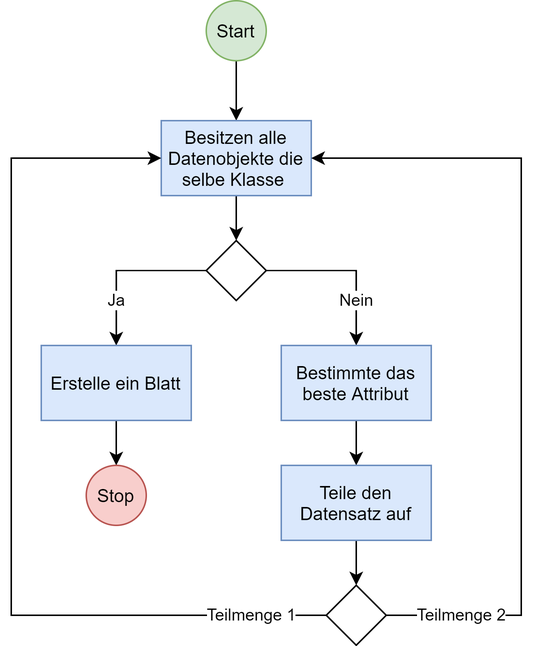
Ascurius/Seminararbeit-AI keeps this draw.io diagram as img/Konzept-Entscheidungsbaum.png. Above is the earlier version. Source tidied: cells renumbered, new cells last; positions are measured from the earlier drawing's top-left corner, leaving out a move shared by most shapes.
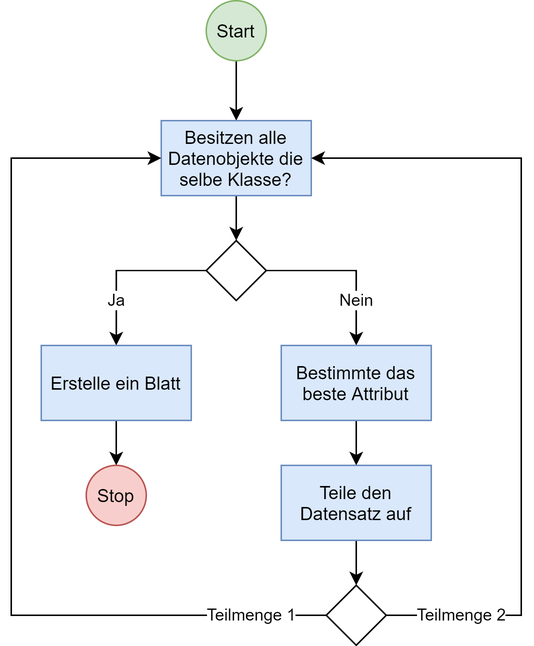
After the commit.

Diff of the diagram source:
```diff
@@ -11,7 +11,7 @@
     <mxCell id="4" style="edgeStyle=orthogonalEdgeStyle;rounded=0;jettySize=auto;html=1;exitX=0.5;exitY=1;exitDx=0;exitDy=0;entryX=0.5;entryY=0;entryDx=0;entryDy=0;" parent="1" edge="1" source="5" target="8">
       <mxGeometry relative="1" as="geometry" />
     </mxCell>
-    <mxCell id="5" value="Besitzen alle Datenobjekte die selbe Klasse&amp;nbsp;" style="rounded=0;whiteSpace=wrap;html=1;fillColor=#dae8fc;strokeColor=#6c8ebf;" parent="1" vertex="1">
+    <mxCell id="5" value="Besitzen alle Datenobjekte die selbe Klasse?" style="rounded=0;whiteSpace=wrap;html=1;fillColor=#dae8fc;strokeColor=#6c8ebf;" parent="1" vertex="1">
       <mxGeometry x="100" y="80" width="100" height="50" as="geometry" />
     </mxCell>
     <mxCell id="6" value="Ja" style="edgeStyle=orthogonalEdgeStyle;rounded=0;jettySize=auto;html=1;exitX=0;exitY=0.5;exitDx=0;exitDy=0;entryX=0.5;entryY=0;entryDx=0;entryDy=0;" parent="1" edge="1" source="8" target="10">
```
